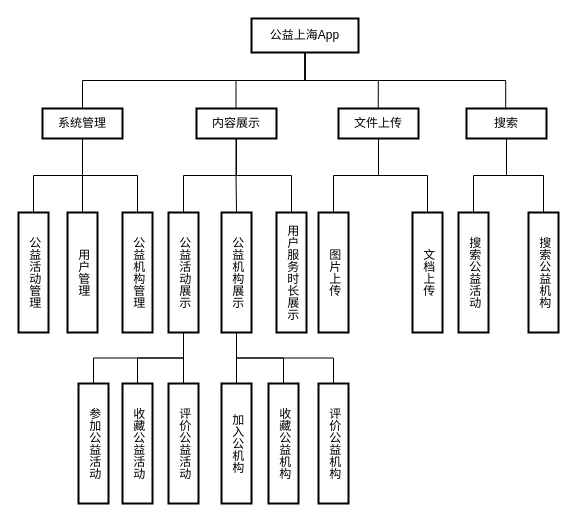
Before: 公益系统功能模块图.drawio in Xiaoran630/drow, a draw.io diagram. Source tidied: cells renumbered, new cells numbered last; positions are measured from the earlier drawing's top-left corner, leaving out a move shared by most shapes. Both pictures are drawn from the tidied source at 100%, with x=0, y=0 at pixel (18, 18).
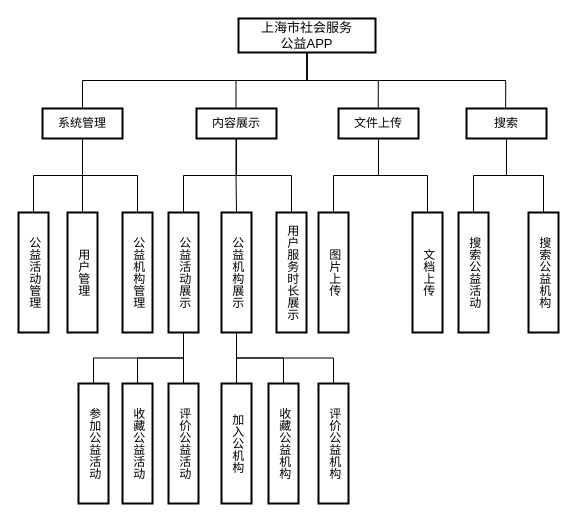
Above is the later version.

Commit message:
更新公益系统功能模块图.drawio

What changed in the source:
```diff
@@
-    <mxCell id="2" value="公益上海App" style="whiteSpace=wrap;strokeWidth=2;flipV=1;direction=east;horizontal=1;verticalAlign=middle;rounded=0;" parent="1" vertex="1">
-      <mxGeometry x="233" width="107" height="34" as="geometry" />
+    <mxCell id="2" value="上海市社会服务&#10;公益APP" style="whiteSpace=wrap;strokeWidth=2;flipV=1;direction=east;horizontal=1;verticalAlign=middle;rounded=0;fontSize=13;" parent="1" vertex="1">
+      <mxGeometry x="220" width="137" height="34" as="geometry" />
     </mxCell>
```
